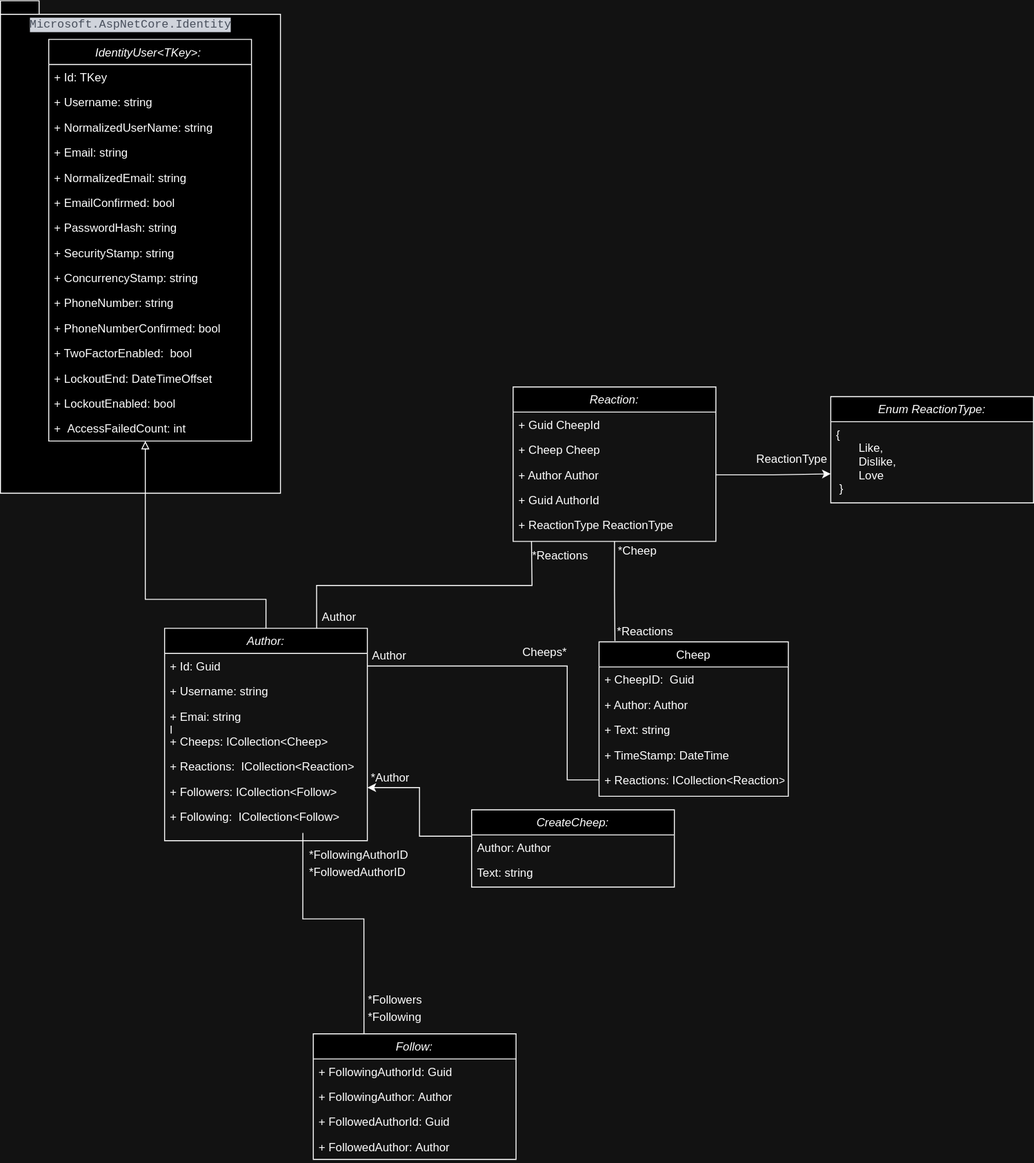
Before: docs/diagrams/umlClassDiagram.svg, a diagram exported from draw.io (ITU-BDSA-GROUP-20/Chirp). Source tidied: cells renumbered, new cells last; positions are measured from the earlier drawing's top-left corner, leaving out a move shared by most shapes.
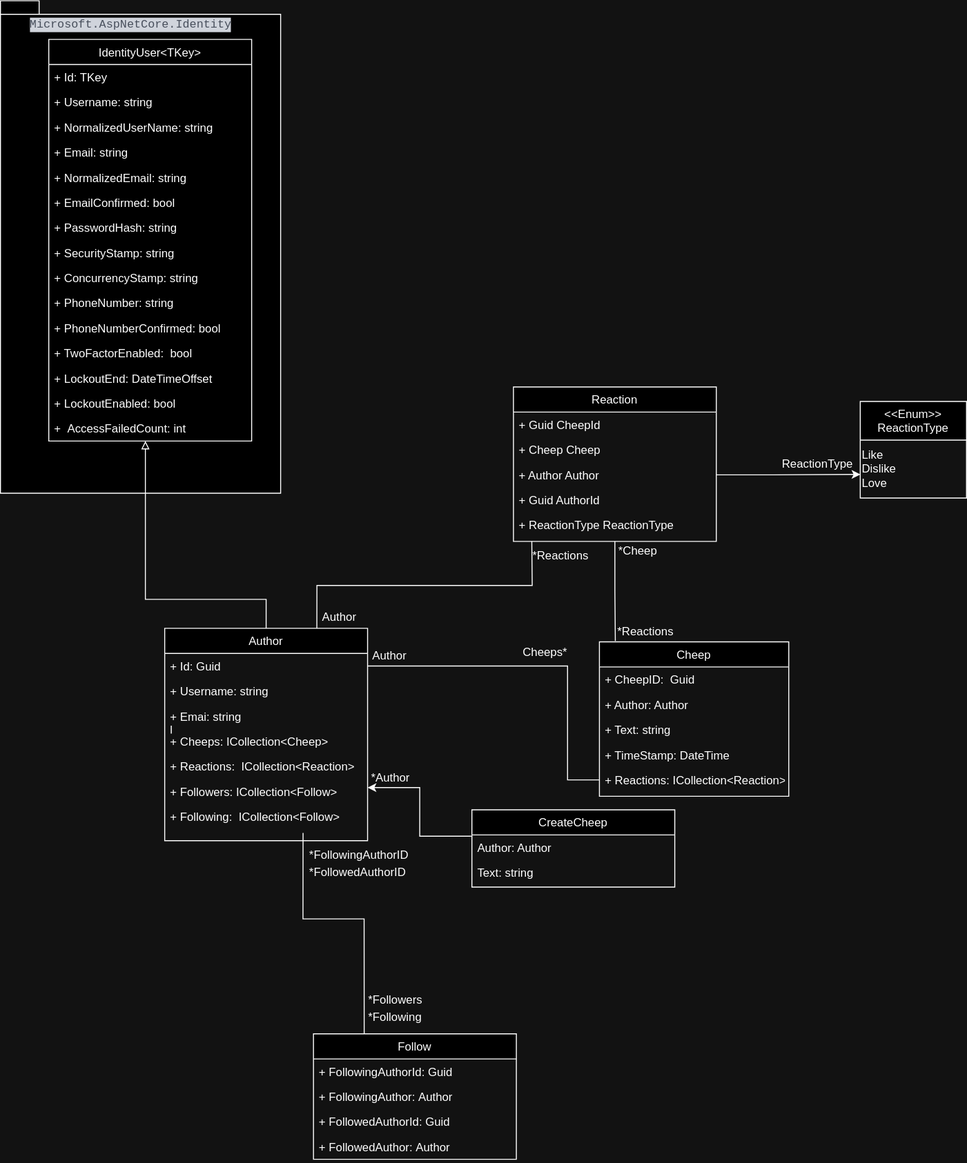
After the change.

Diff of the diagram source:
```diff
@@ -5,7 +5,7 @@
     <mxCell id="2" style="shape=folder;fontStyle=1;spacingTop=10;tabWidth=40;tabHeight=14;tabPosition=left;html=1;whiteSpace=wrap;" parent="1" vertex="1">
       <mxGeometry width="290" height="510" as="geometry" />
     </mxCell>
-    <mxCell id="3" value="CreateCheep:" style="swimlane;fontStyle=2;align=center;verticalAlign=top;horizontal=1;startSize=26;rounded=0;shadow=0;strokeWidth=1;" parent="1" vertex="1">
+    <mxCell id="3" value="CreateCheep" style="swimlane;fontStyle=0;align=center;verticalAlign=top;horizontal=1;startSize=26;rounded=0;shadow=0;strokeWidth=1;" parent="1" vertex="1">
       <mxGeometry x="488" y="838" width="210" height="80" as="geometry" />
     </mxCell>
     <mxCell id="4" value="Author: Author" style="text;align=left;verticalAlign=top;spacingLeft=4;spacingRight=4;overflow=hidden;points=[[0,0.5],[1,0.5]];portConstraint=eastwest;" parent="3" vertex="1">
@@ -46,7 +46,7 @@
         </Array>
       </mxGeometry>
     </mxCell>
-    <mxCell id="14" value="Author:" style="swimlane;fontStyle=2;align=center;verticalAlign=top;horizontal=1;startSize=26;rounded=0;shadow=0;strokeWidth=1;" parent="1" vertex="1">
+    <mxCell id="14" value="Author" style="swimlane;fontStyle=0;align=center;verticalAlign=top;horizontal=1;startSize=26;rounded=0;shadow=0;strokeWidth=1;" parent="1" vertex="1">
       <mxGeometry x="170" y="650" width="210" height="220" as="geometry" />
     </mxCell>
     <mxCell id="15" value="+ Id: Guid" style="text;align=left;verticalAlign=top;spacingLeft=4;spacingRight=4;overflow=hidden;points=[[0,0.5],[1,0.5]];portConstraint=eastwest;" parent="14" vertex="1">
@@ -70,7 +70,7 @@
     <mxCell id="21" value="+ Following:  ICollection&lt;Follow&gt;" style="text;align=left;verticalAlign=top;spacingLeft=4;spacingRight=4;overflow=hidden;points=[[0,0.5],[1,0.5]];portConstraint=eastwest;" parent="14" vertex="1">
       <mxGeometry y="182" width="210" height="30" as="geometry" />
     </mxCell>
-    <mxCell id="22" value="Reaction:" style="swimlane;fontStyle=2;align=center;verticalAlign=top;horizontal=1;startSize=26;rounded=0;shadow=0;strokeWidth=1;" parent="1" vertex="1">
+    <mxCell id="22" value="Reaction" style="swimlane;fontStyle=0;align=center;verticalAlign=top;horizontal=1;startSize=26;rounded=0;shadow=0;strokeWidth=1;" parent="1" vertex="1">
       <mxGeometry x="531" y="400" width="210" height="160" as="geometry" />
     </mxCell>
     <mxCell id="23" value="+ Guid CheepId" style="text;align=left;verticalAlign=top;spacingLeft=4;spacingRight=4;overflow=hidden;" parent="22" vertex="1">
@@ -88,13 +88,13 @@
     <mxCell id="27" value="+ ReactionType ReactionType" style="text;align=left;verticalAlign=top;spacingLeft=4;spacingRight=4;overflow=hidden;" parent="22" vertex="1">
       <mxGeometry y="130" width="210" height="26" as="geometry" />
     </mxCell>
-    <mxCell id="28" value="Enum ReactionType:" style="swimlane;fontStyle=2;align=center;verticalAlign=top;horizontal=1;startSize=26;rounded=0;shadow=0;strokeWidth=1;" parent="1" vertex="1">
-      <mxGeometry x="860" y="410" width="210" height="110" as="geometry" />
+    <mxCell id="28" value="&lt;&lt;Enum&gt;&gt; &#10;ReactionType&#10;" style="swimlane;fontStyle=0;align=center;verticalAlign=top;horizontal=1;startSize=40;rounded=0;shadow=0;strokeWidth=1;" parent="1" vertex="1">
+      <mxGeometry x="890" y="415" width="110" height="100" as="geometry" />
     </mxCell>
-    <mxCell id="29" value="{&#10;       Like,&#10;       Dislike,&#10;       Love&#10; }" style="text;align=left;verticalAlign=top;spacingLeft=4;spacingRight=4;overflow=hidden;points=[[0,0.5],[1,0.5]];portConstraint=eastwest;rounded=0;shadow=0;html=0;" parent="28" vertex="1">
-      <mxGeometry y="26" width="210" height="84" as="geometry" />
-    </mxCell>
+    <mxCell id="69" value="Like&lt;br&gt;Dislike&lt;br&gt;Love&lt;br&gt;" style="text;html=1;align=left;verticalAlign=middle;points=[];strokeColor=none;fillColor=none;" parent="28" vertex="1">
+      <mxGeometry y="40" width="110" height="60" as="geometry" />
+    </mxCell>
-    <mxCell id="30" value="IdentityUser&lt;TKey&gt;: " style="swimlane;fontStyle=2;align=center;verticalAlign=top;horizontal=1;startSize=26;rounded=0;shadow=0;strokeWidth=1;" parent="1" vertex="1">
+    <mxCell id="30" value="IdentityUser&lt;TKey&gt;" style="swimlane;fontStyle=0;align=center;verticalAlign=top;horizontal=1;startSize=26;rounded=0;shadow=0;strokeWidth=1;" parent="1" vertex="1">
       <mxGeometry x="50" y="40" width="210" height="416" as="geometry" />
     </mxCell>
     <mxCell id="31" value="+ Id: TKey" style="text;align=left;verticalAlign=top;spacingLeft=4;spacingRight=4;overflow=hidden;" parent="30" vertex="1">
@@ -173,18 +173,17 @@
     <mxCell id="54" value="*Reactions" style="text;html=1;strokeColor=none;fillColor=none;align=center;verticalAlign=middle;whiteSpace=wrap;rounded=0;" parent="1" vertex="1">
       <mxGeometry x="638" y="639" width="60" height="30" as="geometry" />
     </mxCell>
-    <mxCell id="55" style="edgeStyle=orthogonalEdgeStyle;rounded=0;jettySize=auto;html=1;exitX=1;exitY=0.5;exitDx=0;exitDy=0;entryX=0;entryY=0.643;entryDx=0;entryDy=0;entryPerimeter=0;" parent="1" edge="1" source="25" target="29">
+    <mxCell id="55" style="edgeStyle=orthogonalEdgeStyle;rounded=0;jettySize=auto;html=1;exitX=1;exitY=0.5;exitDx=0;exitDy=0;entryX=0.001;entryY=0.593;entryDx=0;entryDy=0;entryPerimeter=0;" parent="1" edge="1" source="25" target="69">
       <mxGeometry relative="1" as="geometry">
         <Array as="points">
           <mxPoint x="801" y="491" />
-          <mxPoint x="801" y="490" />
         </Array>
       </mxGeometry>
     </mxCell>
     <mxCell id="56" value="ReactionType" style="text;html=1;strokeColor=none;fillColor=none;align=center;verticalAlign=middle;whiteSpace=wrap;rounded=0;" parent="1" vertex="1">
-      <mxGeometry x="790" y="460" width="60" height="30" as="geometry" />
+      <mxGeometry x="816" y="465" width="60" height="30" as="geometry" />
     </mxCell>
-    <mxCell id="57" value="Follow:" style="swimlane;fontStyle=2;align=center;verticalAlign=top;horizontal=1;startSize=26;rounded=0;shadow=0;strokeWidth=1;" parent="1" vertex="1">
+    <mxCell id="57" value="Follow" style="swimlane;fontStyle=0;align=center;verticalAlign=top;horizontal=1;startSize=26;rounded=0;shadow=0;strokeWidth=1;" parent="1" vertex="1">
       <mxGeometry x="324" y="1070" width="210" height="130" as="geometry" />
     </mxCell>
     <mxCell id="58" value="+ FollowingAuthorId: Guid" style="text;align=left;verticalAlign=top;spacingLeft=4;spacingRight=4;overflow=hidden;" parent="57" vertex="1">
```
